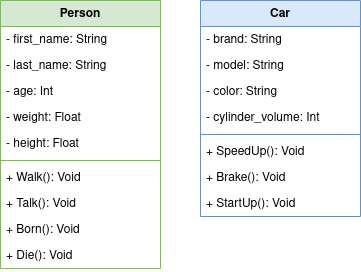
The draw.io diagram diagramas_clase/Diagrama-clase-practica1.drawio.png in JesusLugo2002/ETS, before a commit. Source tidied: cells renumbered, new cells last; positions are measured from the earlier drawing's top-left corner, leaving out a move shared by most shapes.
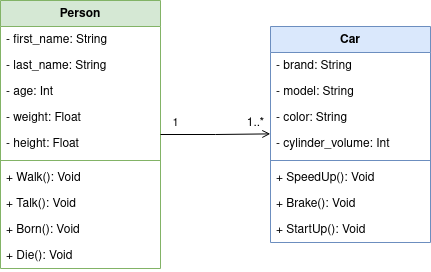
The same file after the commit.

Change to the diagram source:
```diff
@@ -36,7 +36,7 @@
       <mxGeometry y="242" width="160" height="26" as="geometry" />
     </mxCell>
     <mxCell id="13" value="Car" style="swimlane;fontStyle=1;align=center;verticalAlign=top;horizontal=1;startSize=26;whiteSpace=wrap;html=1;fillColor=#dae8fc;strokeColor=#6c8ebf;" parent="1" vertex="1">
-      <mxGeometry x="200" width="160" height="216" as="geometry" />
+      <mxGeometry x="270" y="26" width="160" height="216" as="geometry" />
     </mxCell>
     <mxCell id="14" value="&lt;div&gt;- brand: String&lt;/div&gt;" style="text;strokeColor=none;fillColor=none;align=left;verticalAlign=top;spacingLeft=4;spacingRight=4;overflow=hidden;whiteSpace=wrap;html=1;" parent="13" vertex="1">
       <mxGeometry y="26" width="160" height="26" as="geometry" />
@@ -62,5 +62,14 @@
     <mxCell id="21" value="+ StartUp(): Void" style="text;strokeColor=none;fillColor=none;align=left;verticalAlign=top;spacingLeft=4;spacingRight=4;overflow=hidden;whiteSpace=wrap;html=1;" parent="13" vertex="1">
       <mxGeometry y="190" width="160" height="26" as="geometry" />
     </mxCell>
+    <mxCell id="22" style="edgeStyle=orthogonalEdgeStyle;rounded=0;jettySize=auto;html=1;entryX=-0.001;entryY=0.13;entryDx=0;entryDy=0;entryPerimeter=0;endArrow=open;endFill=0;" parent="1" edge="1" source="2" target="17">
+      <mxGeometry relative="1" as="geometry" />
+    </mxCell>
+    <mxCell id="23" value="&lt;div&gt;1..*&lt;/div&gt;" style="text;html=1;align=center;verticalAlign=middle;strokeColor=none;fillColor=none;" parent="1" vertex="1">
+      <mxGeometry x="235" y="108" width="40" height="30" as="geometry" />
+    </mxCell>
+    <mxCell id="24" value="1" style="text;html=1;align=center;verticalAlign=middle;strokeColor=none;fillColor=none;fontFamily=Helvetica;fontSize=11;fontColor=default;labelBackgroundColor=default;" parent="1" vertex="1">
+      <mxGeometry x="160" y="107" width="30" height="30" as="geometry" />
+    </mxCell>
   </root>
 </mxGraphModel>
```
